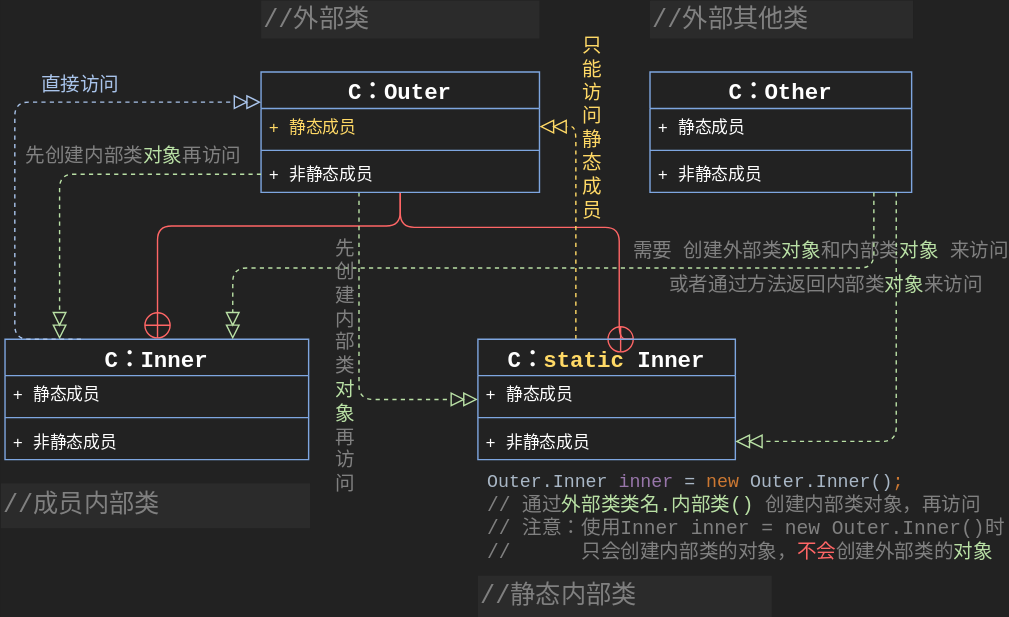
Above: drawio/InnerClassMind.svg in Stolorzs/Picgo (draw.io), before the change. Source tidied: cells renumbered, new cells last; positions are measured from the earlier drawing's top-left corner, leaving out a move shared by most shapes.
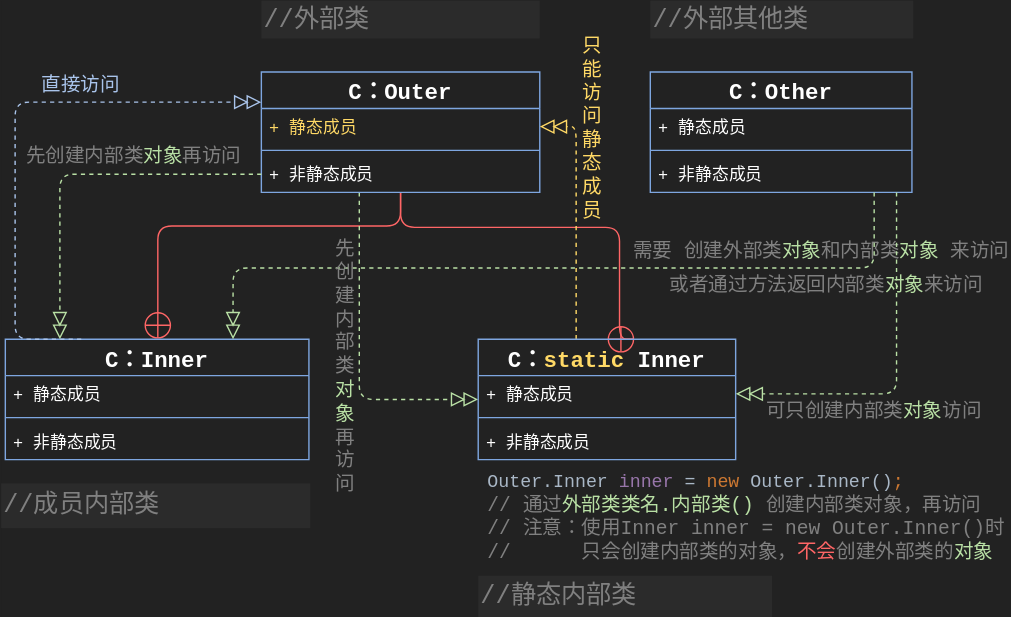
After the change.

Change to the diagram source:
```diff
@@ -133,15 +133,18 @@
     <mxCell id="34" value="&lt;div style=&quot;font-family: &amp;quot;JetBrains Mono&amp;quot;, monospace; white-space: pre;&quot;&gt;&lt;span style=&quot;caret-color: rgb(128, 128, 128); font-size: 14px;&quot;&gt;&lt;font color=&quot;#808080&quot;&gt;或者通过方法返回内部类&lt;/font&gt;&lt;font color=&quot;#b9e0a5&quot;&gt;对象&lt;/font&gt;&lt;font color=&quot;#808080&quot;&gt;来访问&lt;/font&gt;&lt;/span&gt;&lt;/div&gt;" style="whiteSpace=wrap;html=1;fillColor=none;strokeColor=none;align=left;" parent="1" vertex="1">
       <mxGeometry x="476" y="190" width="243" height="28" as="geometry" />
     </mxCell>
-    <mxCell id="35" style="edgeStyle=orthogonalEdgeStyle;rounded=1;jettySize=auto;html=1;entryX=1;entryY=0.5;entryDx=0;entryDy=0;dashed=1;strokeColor=#B9E0A5;align=center;verticalAlign=middle;fontFamily=Helvetica;fontSize=12;fontColor=default;labelBackgroundColor=default;startSize=8;endArrow=doubleBlock;endFill=0;endSize=8;" parent="1" edge="1" source="23" target="19">
+    <mxCell id="35" style="edgeStyle=orthogonalEdgeStyle;rounded=1;jettySize=auto;html=1;entryX=1;entryY=0.5;entryDx=0;entryDy=0;dashed=1;strokeColor=#B9E0A5;align=center;verticalAlign=middle;fontFamily=Helvetica;fontSize=12;fontColor=default;labelBackgroundColor=default;startSize=8;endArrow=doubleBlock;endFill=0;endSize=8;" parent="1" edge="1" source="23" target="17">
       <mxGeometry relative="1" as="geometry">
         <Array as="points">
-          <mxPoint x="640" y="315" />
+          <mxPoint x="640" y="281" />
         </Array>
       </mxGeometry>
     </mxCell>
     <mxCell id="36" value="&lt;div style=&quot;font-family: &amp;quot;JetBrains Mono&amp;quot;, monospace; white-space: pre;&quot;&gt;&lt;div style=&quot;color: rgb(169, 183, 198); font-size: 9.8pt;&quot;&gt;Outer.Inner &lt;span style=&quot;color: rgb(152, 118, 170);&quot;&gt;inner &lt;/span&gt;= &lt;span style=&quot;color: rgb(204, 120, 50);&quot;&gt;new &lt;/span&gt;Outer.Inner()&lt;span style=&quot;color: rgb(204, 120, 50);&quot;&gt;;&lt;/span&gt;&lt;/div&gt;&lt;/div&gt;&lt;div style=&quot;font-family: &amp;quot;JetBrains Mono&amp;quot;, monospace; white-space: pre;&quot;&gt;&lt;span style=&quot;caret-color: rgb(128, 128, 128); font-size: 14px;&quot;&gt;&lt;font color=&quot;#808080&quot;&gt;// 通过&lt;/font&gt;&lt;font color=&quot;#b9e0a5&quot;&gt;外部类类名.内部类()&lt;/font&gt;&lt;font color=&quot;#808080&quot;&gt; 创建内部类对象，再访问&lt;/font&gt;&lt;/span&gt;&lt;/div&gt;&lt;div style=&quot;font-family: &amp;quot;JetBrains Mono&amp;quot;, monospace; white-space: pre;&quot;&gt;&lt;font color=&quot;#808080&quot;&gt;&lt;span style=&quot;caret-color: rgb(128, 128, 128); font-size: 14px;&quot;&gt;// 注意：使用Inner inner = &lt;/span&gt;&lt;/font&gt;&lt;span style=&quot;caret-color: rgb(128, 128, 128); color: rgb(128, 128, 128); font-size: 14px;&quot;&gt;new Outer.Inner()时&lt;/span&gt;&lt;/div&gt;&lt;div style=&quot;font-family: &amp;quot;JetBrains Mono&amp;quot;, monospace; white-space: pre;&quot;&gt;&lt;span style=&quot;caret-color: rgb(128, 128, 128); font-size: 14px;&quot;&gt;&lt;font color=&quot;#808080&quot;&gt;//      只会创建内部类的对象，&lt;/font&gt;&lt;font color=&quot;#ff6666&quot;&gt;不会&lt;/font&gt;&lt;font color=&quot;#808080&quot;&gt;创建外部类的&lt;/font&gt;&lt;font color=&quot;#b9e0a5&quot;&gt;对象&lt;/font&gt;&lt;/span&gt;&lt;/div&gt;" style="whiteSpace=wrap;html=1;fillColor=none;strokeColor=none;align=left;" parent="1" vertex="1">
       <mxGeometry x="346" y="329" width="361" height="81" as="geometry" />
     </mxCell>
+    <mxCell id="37" value="&lt;div style=&quot;font-family: &amp;quot;JetBrains Mono&amp;quot;, monospace; white-space: pre; font-size: 14px;&quot;&gt;&lt;span style=&quot;caret-color: rgb(128, 128, 128);&quot;&gt;&lt;font color=&quot;#808080&quot;&gt;可只创建内部类&lt;/font&gt;&lt;font color=&quot;#b9e0a5&quot;&gt;对象&lt;/font&gt;&lt;font color=&quot;#808080&quot;&gt;访问&lt;/font&gt;&lt;/span&gt;&lt;/div&gt;" style="whiteSpace=wrap;html=1;fillColor=none;strokeColor=none;align=left;" parent="1" vertex="1">
+      <mxGeometry x="545" y="280" width="177" height="28" as="geometry" />
+    </mxCell>
   </root>
 </mxGraphModel>
```
